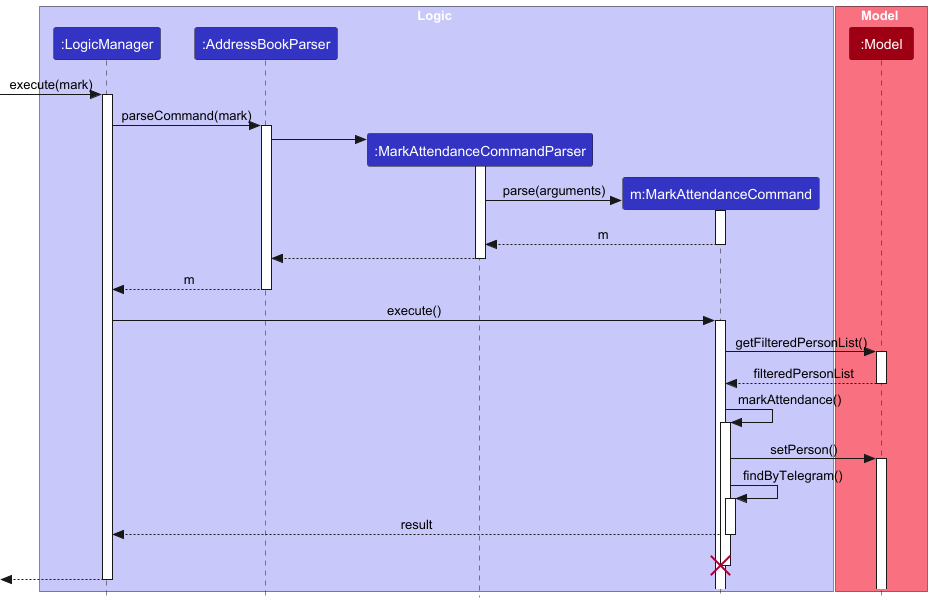
Before: docs/images/MarkAttendanceSequenceDiagram-Logic.png, a diagram exported from PlantUML (nus-cs2103-AY2425S1/tp).
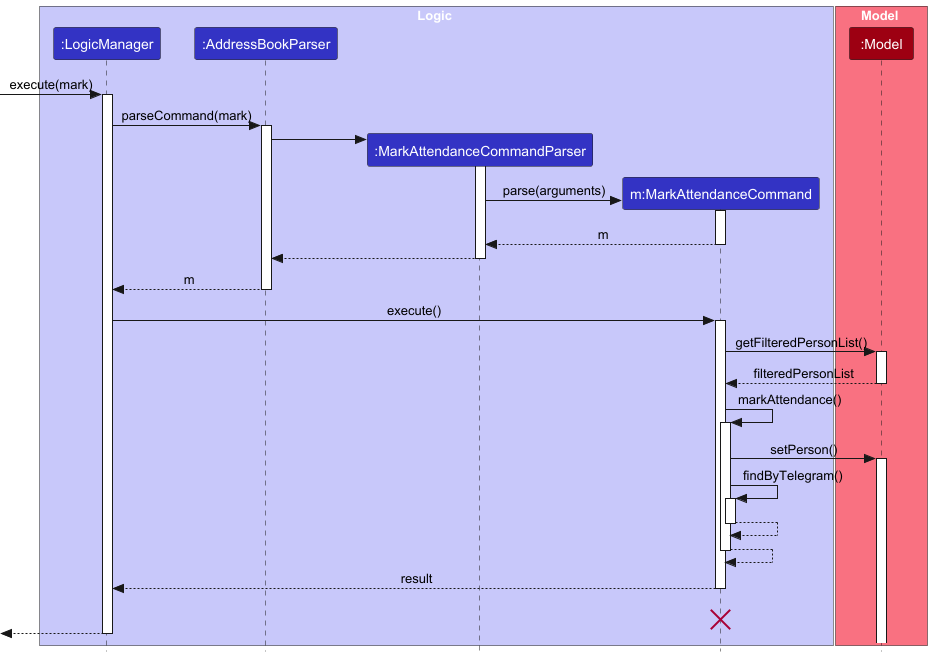
The same file after the commit.

Commit message:
Fix broken sequence diagram

Diff of the diagram source:
```diff
@@ -54,6 +54,13 @@
 MarkAttendanceCommand -> MarkAttendanceCommand : findByTelegram()
 activate MarkAttendanceCommand
 
+MarkAttendanceCommand --> MarkAttendanceCommand
+deactivate MarkAttendanceCommand
+
+MarkAttendanceCommand --> MarkAttendanceCommand
+deactivate MarkAttendanceCommand
+
+
 MarkAttendanceCommand --> LogicManager : result
 deactivate MarkAttendanceCommand
 
```
